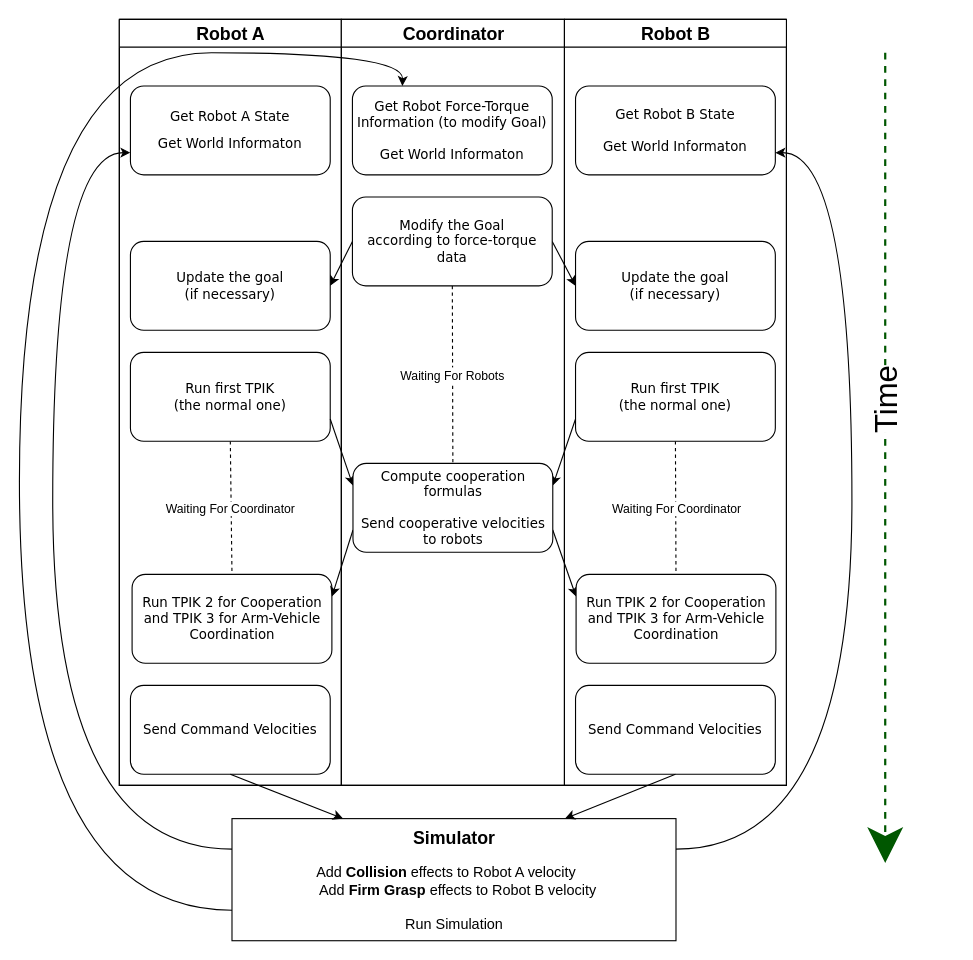
Before: Results/Figures/flowScheme.drawio in torydebra/Master_Thesis_Robotic, a draw.io diagram. Source tidied: cells renumbered, new cells numbered last; positions are measured from the earlier drawing's top-left corner, leaving out a move shared by most shapes. Both pictures are drawn from the tidied source at 111%, with x=0, y=0 at pixel (19, 19).
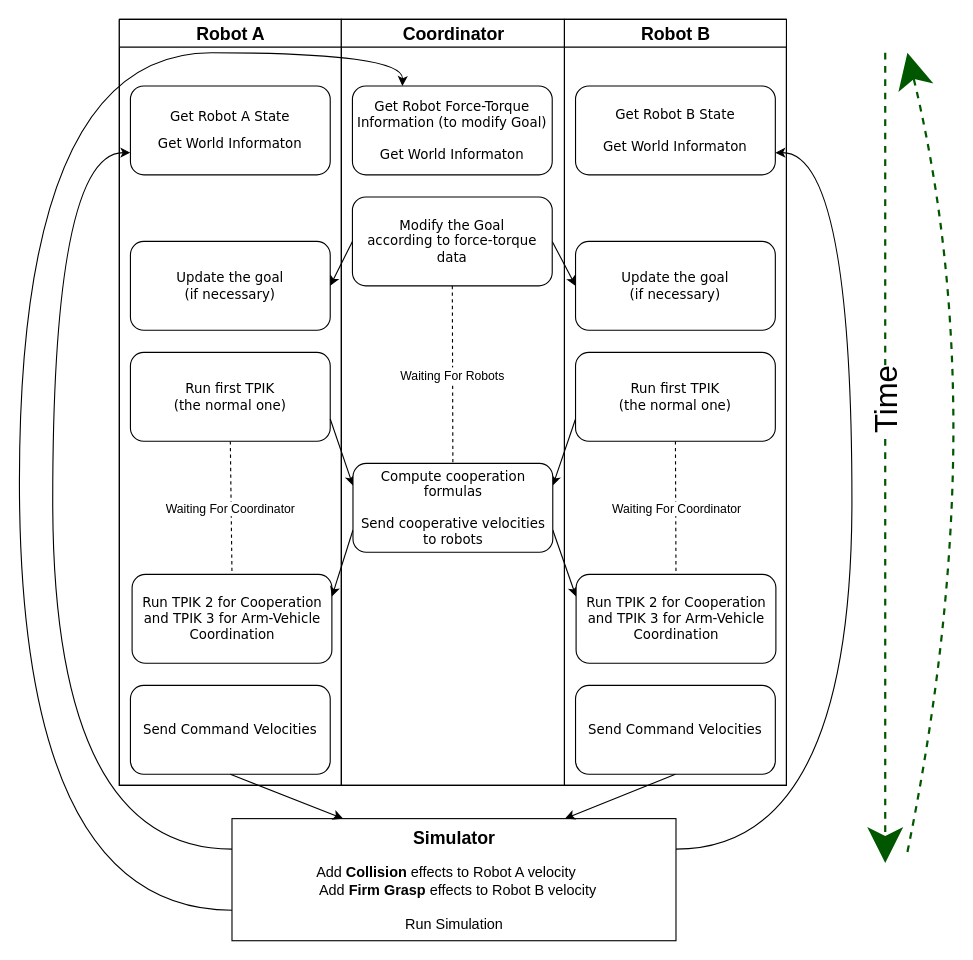
The same page after the edit.

The edit, as a diff of the source:
```diff
@@
+    <mxCell id="39" style="endArrow=classic;html=1;fontColor=#000000;endFill=1;strokeWidth=2;startSize=7;endSize=26;fillColor=#008a00;strokeColor=#005700;dashed=1;curved=1;" parent="1" edge="1">
+      <mxGeometry relative="1" as="geometry">
+        <mxPoint x="800" y="750" as="sourcePoint" />
+        <mxPoint x="800" y="30" as="targetPoint" />
+        <Array as="points">
+          <mxPoint x="880" y="360" />
+        </Array>
+      </mxGeometry>
+    </mxCell>
```
